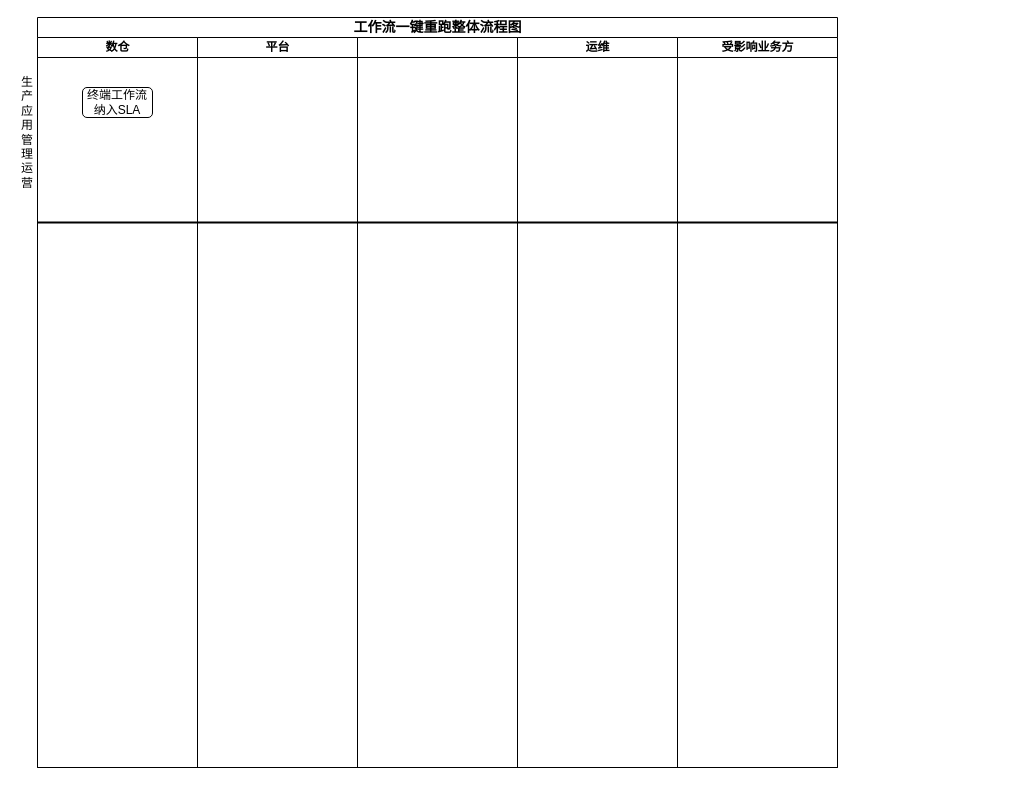
The draw.io diagram biz_flow/大数据平台工作流一键重跑设计.drawio in hlld3344/diagrams, before the edit. Source tidied: cells renumbered, new cells numbered last; positions are measured from the earlier drawing's top-left corner, leaving out a move shared by most shapes. Both pictures are drawn from the tidied source at 100%, with x=0, y=0 at pixel (17, 17).
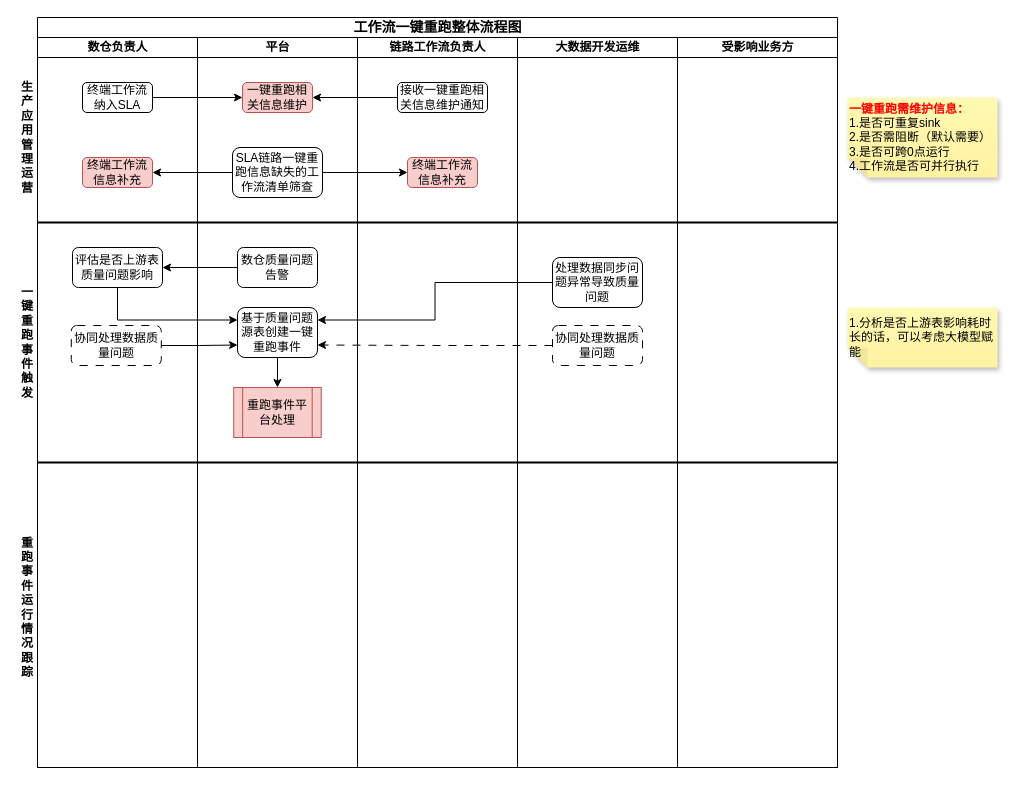
After the change.

Commit message (it also covers changes not shown here):
更新大数据平台工作流一键重跑设计.drawio

Unchanged cells that the change refers to:
```xml
<mxCell id="2" value="&lt;font style=&quot;font-size: 14px;&quot;&gt;工作流一键重跑整体流程图&lt;/font&gt;" style="swimlane;html=1;startSize=20;rounded=0;shadow=0;labelBackgroundColor=none;strokeWidth=1;fontFamily=Verdana;fontSize=8;align=center;" parent="1" vertex="1">
  <mxGeometry x="20" width="800" height="750" as="geometry" />
</mxCell>
```

Change to the diagram source:
```diff
@@
-    <mxCell id="3" value="数仓" style="swimlane;html=1;startSize=20;" parent="2" vertex="1">
+    <mxCell id="3" value="数仓负责人" style="swimlane;html=1;startSize=20;" parent="2" vertex="1">
       <mxGeometry y="20" width="160" height="730" as="geometry" />
     </mxCell>
@@
+    <mxCell id="11" value="评估是否上游表质量问题影响" style="rounded=1;whiteSpace=wrap;html=1;" parent="3" vertex="1">
+      <mxGeometry x="35" y="210" width="90" height="40" as="geometry" />
+    </mxCell>
+    <mxCell id="12" style="line;strokeWidth=2;html=1;" parent="3" vertex="1">
+      <mxGeometry y="420" width="800" height="10" as="geometry" />
+    </mxCell>
+    <mxCell id="13" value="协同处理数据质量问题" style="rounded=1;whiteSpace=wrap;html=1;dashed=1;dashPattern=8 8;" parent="3" vertex="1">
+      <mxGeometry x="33.8" y="288" width="90" height="40" as="geometry" />
+    </mxCell>
+    <mxCell id="14" value="终端工作流信息补充" style="rounded=1;whiteSpace=wrap;html=1;fillColor=#f8cecc;strokeColor=#b85450;" parent="3" vertex="1">
+      <mxGeometry x="45" y="120" width="70" height="30" as="geometry" />
+    </mxCell>
+    <mxCell id="6" value="平台" style="swimlane;html=1;startSize=20;" parent="2" vertex="1">
+      <mxGeometry x="160" y="20" width="160" height="730" as="geometry" />
+    </mxCell>
-    <mxCell id="5" value="&lt;font style=&quot;font-size: 12px;&quot;&gt;终端工作流纳入SLA&lt;/font&gt;" style="rounded=1;whiteSpace=wrap;html=1;" parent="3" vertex="1">
-      <mxGeometry x="45" y="50" width="70" height="30" as="geometry" />
+    <mxCell id="5" value="&lt;font style=&quot;font-size: 12px;&quot;&gt;终端工作流纳入SLA&lt;/font&gt;" style="rounded=1;whiteSpace=wrap;html=1;" parent="6" vertex="1">
+      <mxGeometry x="-115" y="45" width="70" height="30" as="geometry" />
     </mxCell>
-    <mxCell id="6" value="平台" style="swimlane;html=1;startSize=20;" parent="2" vertex="1">
-      <mxGeometry x="160" y="20" width="160" height="730" as="geometry" />
-    </mxCell>
+    <mxCell id="15" value="一键重跑相关信息维护" style="rounded=1;whiteSpace=wrap;html=1;fillColor=#f8cecc;strokeColor=#b85450;" parent="6" vertex="1">
+      <mxGeometry x="45" y="45" width="70" height="30" as="geometry" />
+    </mxCell>
+    <mxCell id="16" style="edgeStyle=orthogonalEdgeStyle;rounded=0;jettySize=auto;html=1;exitX=1;exitY=0.5;exitDx=0;exitDy=0;entryX=0;entryY=0.5;entryDx=0;entryDy=0;" parent="6" edge="1" source="5" target="15">
+      <mxGeometry relative="1" as="geometry" />
+    </mxCell>
+    <mxCell id="17" value="SLA链路一键重跑信息缺失的工作流清单筛查" style="rounded=1;whiteSpace=wrap;html=1;" parent="6" vertex="1">
+      <mxGeometry x="35" y="110" width="90" height="50" as="geometry" />
+    </mxCell>
+    <mxCell id="18" value="数仓质量问题告警" style="rounded=1;whiteSpace=wrap;html=1;" parent="6" vertex="1">
+      <mxGeometry x="40" y="210" width="80" height="40" as="geometry" />
+    </mxCell>
+    <mxCell id="19" style="edgeStyle=orthogonalEdgeStyle;rounded=0;jettySize=auto;html=1;exitX=0.5;exitY=1;exitDx=0;exitDy=0;entryX=0.5;entryY=0;entryDx=0;entryDy=0;" parent="6" edge="1" source="20" target="21">
+      <mxGeometry relative="1" as="geometry" />
+    </mxCell>
+    <mxCell id="20" value="基于质量问题源表创建一键重跑事件" style="rounded=1;whiteSpace=wrap;html=1;" parent="6" vertex="1">
+      <mxGeometry x="40" y="270" width="80" height="50" as="geometry" />
+    </mxCell>
+    <mxCell id="21" value="重跑事件平台处理" style="shape=process;whiteSpace=wrap;html=1;backgroundOutline=1;fillColor=#f8cecc;strokeColor=#b85450;" parent="6" vertex="1">
+      <mxGeometry x="36.2" y="350" width="87.5" height="50" as="geometry" />
+    </mxCell>
-    <mxCell id="7" style="swimlane;html=1;startSize=20;" parent="2" vertex="1">
+    <mxCell id="7" value="链路工作流负责人" style="swimlane;html=1;startSize=20;" parent="2" vertex="1">
       <mxGeometry x="320" y="20" width="160" height="730" as="geometry" />
     </mxCell>
+    <mxCell id="22" value="接收一键重跑相关信息维护通知" style="rounded=1;whiteSpace=wrap;html=1;" parent="7" vertex="1">
+      <mxGeometry x="40" y="45" width="90" height="30" as="geometry" />
+    </mxCell>
+    <mxCell id="23" value="终端工作流信息补充" style="rounded=1;whiteSpace=wrap;html=1;fillColor=#f8cecc;strokeColor=#b85450;" parent="7" vertex="1">
+      <mxGeometry x="50" y="120" width="70" height="30" as="geometry" />
+    </mxCell>
-    <mxCell id="8" value="运维" style="swimlane;html=1;startSize=20;" parent="2" vertex="1">
+    <mxCell id="8" value="大数据开发运维" style="swimlane;html=1;startSize=20;" parent="2" vertex="1">
       <mxGeometry x="480" y="20" width="160" height="730" as="geometry" />
     </mxCell>
+    <mxCell id="24" value="协同处理数据质量问题" style="rounded=1;whiteSpace=wrap;html=1;dashed=1;dashPattern=8 8;" parent="8" vertex="1">
+      <mxGeometry x="35" y="288" width="90" height="40" as="geometry" />
+    </mxCell>
+    <mxCell id="25" value="处理数据同步问题异常导致质量问题" style="rounded=1;whiteSpace=wrap;html=1;" parent="8" vertex="1">
+      <mxGeometry x="35" y="220" width="90" height="50" as="geometry" />
+    </mxCell>
@@
+    <mxCell id="26" style="edgeStyle=orthogonalEdgeStyle;rounded=0;jettySize=auto;html=1;exitX=0;exitY=0.5;exitDx=0;exitDy=0;entryX=1;entryY=0.5;entryDx=0;entryDy=0;" parent="2" edge="1" source="22" target="15">
+      <mxGeometry relative="1" as="geometry" />
+    </mxCell>
+    <mxCell id="27" style="edgeStyle=orthogonalEdgeStyle;rounded=0;jettySize=auto;html=1;exitX=0;exitY=0.5;exitDx=0;exitDy=0;entryX=1;entryY=0.5;entryDx=0;entryDy=0;" parent="2" edge="1" source="17" target="14">
+      <mxGeometry relative="1" as="geometry" />
+    </mxCell>
+    <mxCell id="28" style="edgeStyle=orthogonalEdgeStyle;rounded=0;jettySize=auto;html=1;exitX=1;exitY=0.5;exitDx=0;exitDy=0;entryX=0;entryY=0.5;entryDx=0;entryDy=0;" parent="2" edge="1" source="17" target="23">
+      <mxGeometry relative="1" as="geometry" />
+    </mxCell>
+    <mxCell id="29" style="edgeStyle=orthogonalEdgeStyle;rounded=0;jettySize=auto;html=1;exitX=0;exitY=0.5;exitDx=0;exitDy=0;entryX=1;entryY=0.5;entryDx=0;entryDy=0;" parent="2" edge="1" source="18" target="11">
+      <mxGeometry relative="1" as="geometry" />
+    </mxCell>
+    <mxCell id="30" style="edgeStyle=orthogonalEdgeStyle;rounded=0;jettySize=auto;html=1;exitX=0.5;exitY=1;exitDx=0;exitDy=0;entryX=0;entryY=0.25;entryDx=0;entryDy=0;" parent="2" edge="1" source="11" target="20">
+      <mxGeometry relative="1" as="geometry" />
+    </mxCell>
+    <mxCell id="31" style="edgeStyle=orthogonalEdgeStyle;rounded=0;jettySize=auto;html=1;entryX=1;entryY=0.75;entryDx=0;entryDy=0;dashed=1;dashPattern=8 8;" parent="2" edge="1" source="24" target="20">
+      <mxGeometry relative="1" as="geometry" />
+    </mxCell>
+    <mxCell id="32" style="edgeStyle=orthogonalEdgeStyle;rounded=0;jettySize=auto;html=1;exitX=0;exitY=0.5;exitDx=0;exitDy=0;entryX=1;entryY=0.25;entryDx=0;entryDy=0;" parent="2" edge="1" source="25" target="20">
+      <mxGeometry relative="1" as="geometry" />
+    </mxCell>
+    <mxCell id="33" style="edgeStyle=orthogonalEdgeStyle;rounded=0;jettySize=auto;html=1;exitX=1;exitY=0.5;exitDx=0;exitDy=0;entryX=0;entryY=0.75;entryDx=0;entryDy=0;" parent="2" edge="1" source="13" target="20">
+      <mxGeometry relative="1" as="geometry" />
+    </mxCell>
-    <mxCell id="10" value="生产应用管理运营" style="text;html=1;align=center;verticalAlign=middle;whiteSpace=wrap;rounded=0;" parent="1" vertex="1">
-      <mxGeometry y="80" width="20" height="70" as="geometry" />
+    <mxCell id="10" value="生产应用管理运营" style="text;html=1;align=center;verticalAlign=middle;whiteSpace=wrap;rounded=0;fontStyle=1;" parent="1" vertex="1">
+      <mxGeometry y="60" width="20" height="120" as="geometry" />
     </mxCell>
+    <mxCell id="34" value="&lt;div&gt;&lt;b&gt;&lt;font style=&quot;color: rgb(255, 0, 0);&quot;&gt;一键重跑需维护信息：&lt;/font&gt;&lt;/b&gt;&lt;/div&gt;1.是否可重复sink&lt;div&gt;2.是否需阻断（默认需要）&lt;/div&gt;&lt;div&gt;3.是否可跨0点运行&lt;/div&gt;&lt;div&gt;4.工作流是否可并行执行&lt;/div&gt;" style="shape=note;whiteSpace=wrap;html=1;backgroundOutline=1;fontColor=#000000;darkOpacity=0.05;fillColor=#FFF9B2;strokeColor=none;fillStyle=solid;direction=west;gradientDirection=north;gradientColor=#FFF2A1;shadow=1;size=20;align=left;" parent="1" vertex="1">
+      <mxGeometry x="830" y="80" width="150" height="80" as="geometry" />
+    </mxCell>
+    <mxCell id="35" value="一键重跑事件触发" style="text;html=1;align=center;verticalAlign=middle;whiteSpace=wrap;rounded=0;fontStyle=1;" parent="1" vertex="1">
+      <mxGeometry y="265" width="20" height="120" as="geometry" />
+    </mxCell>
+    <mxCell id="36" value="&lt;div&gt;&lt;span style=&quot;background-color: transparent; color: light-dark(rgb(0, 0, 0), rgb(237, 237, 237));&quot;&gt;1.分析是否上游表影响耗时长的话，可以考虑大模型赋能&lt;/span&gt;&lt;/div&gt;" style="shape=note;whiteSpace=wrap;html=1;backgroundOutline=1;fontColor=#000000;darkOpacity=0.05;fillColor=#FFF9B2;strokeColor=none;fillStyle=solid;direction=west;gradientDirection=north;gradientColor=#FFF2A1;shadow=1;size=20;align=left;" parent="1" vertex="1">
+      <mxGeometry x="830" y="290" width="150" height="60" as="geometry" />
+    </mxCell>
+    <mxCell id="37" value="重跑事件运行情况跟踪" style="text;html=1;align=center;verticalAlign=middle;whiteSpace=wrap;rounded=0;fontStyle=1;" parent="1" vertex="1">
+      <mxGeometry y="510" width="20" height="160" as="geometry" />
+    </mxCell>
```
